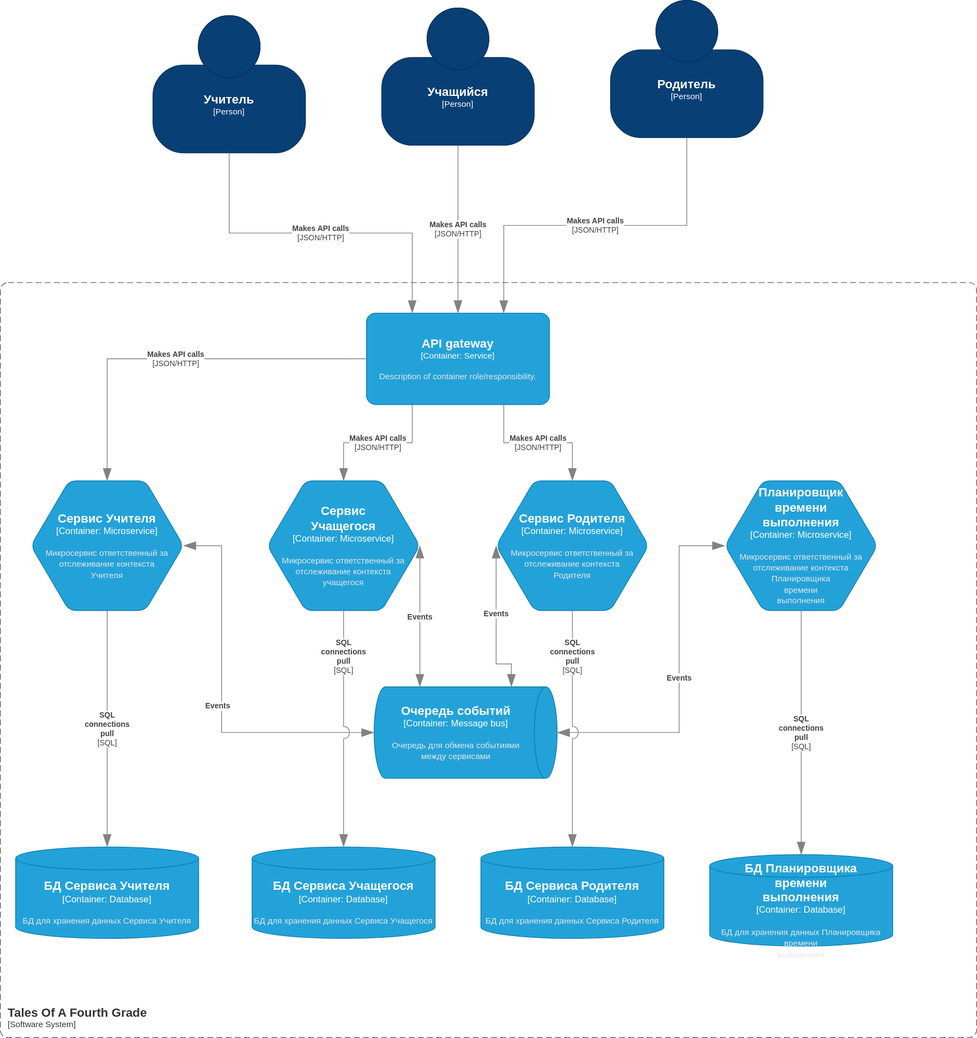
Before: homework_3/diagrams/containers.svg, a diagram exported from draw.io (ralex29/otus_software_architect_2022_09). Source tidied: cells renumbered, new cells last; positions are measured from the earlier drawing's top-left corner, leaving out a move shared by most shapes.
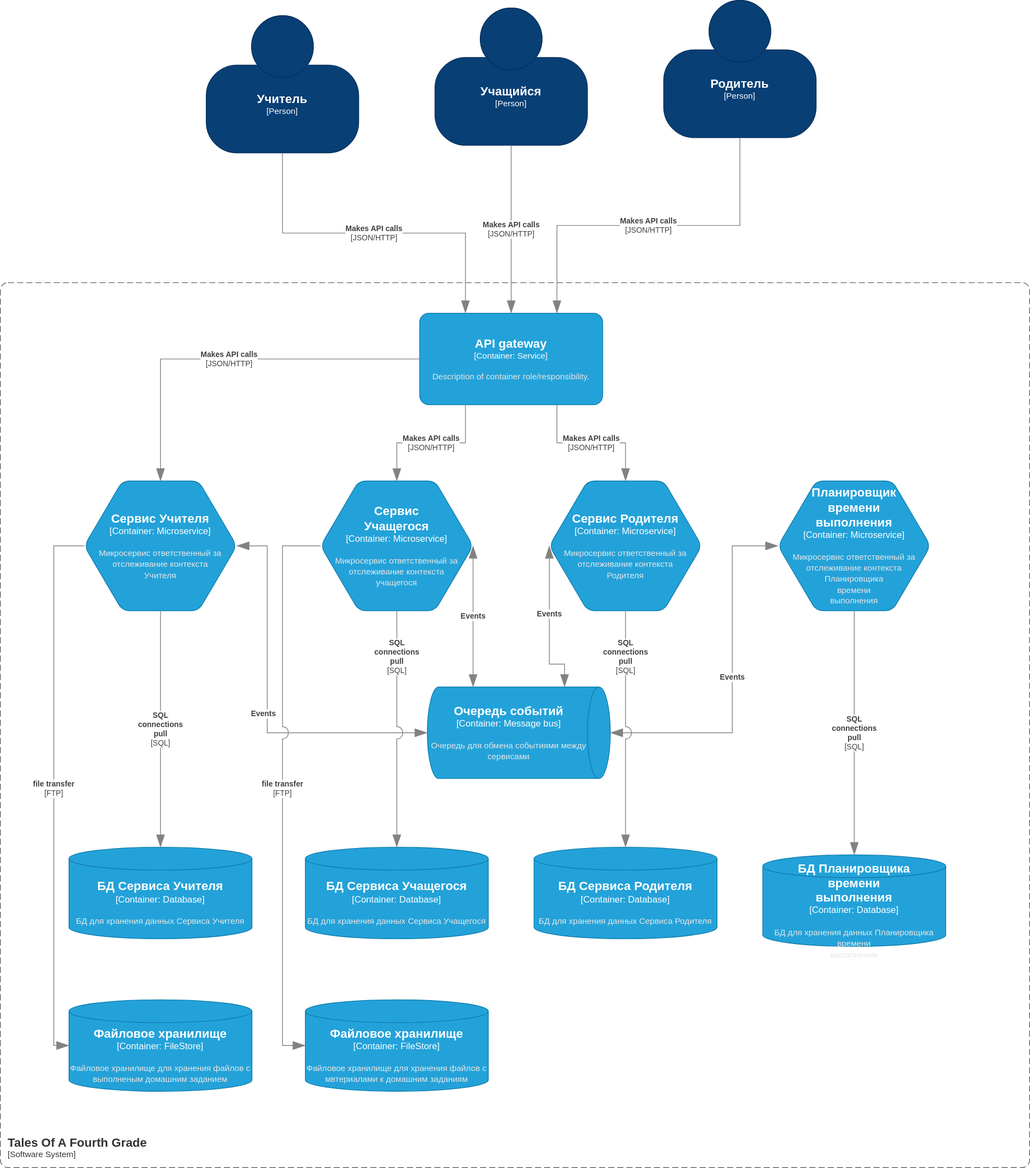
Later version of the same file.

Change to the diagram source:
```diff
@@ -4,7 +4,7 @@
     <mxCell id="1" parent="0" />
     <object id="2" label="&lt;font style=&quot;font-size: 16px&quot;&gt;&lt;b&gt;&lt;div style=&quot;text-align: left&quot;&gt;%c4Name%&lt;/div&gt;&lt;/b&gt;&lt;/font&gt;&lt;div style=&quot;text-align: left&quot;&gt;[%c4Application%]&lt;/div&gt;" c4Application="Software System" c4Name="Tales Of A Fourth Grade" c4Type="SystemScopeBoundary" placeholders="1">
       <mxCell style="rounded=1;fontSize=11;whiteSpace=wrap;html=1;dashed=1;arcSize=20;fillColor=none;strokeColor=#666666;fontColor=#333333;labelBackgroundColor=none;align=left;verticalAlign=bottom;labelBorderColor=none;spacingTop=0;spacing=10;dashPattern=8 4;perimeter=rectanglePerimeter;noLabel=0;labelPadding=0;absoluteArcSize=1;" parent="1" vertex="1">
-        <mxGeometry y="370" width="1280" height="990" as="geometry" />
+        <mxGeometry x="-70" y="370" width="1350" height="1160" as="geometry" />
       </mxCell>
     </object>
     <object id="3" label="&lt;font style=&quot;font-size: 16px&quot;&gt;&lt;b&gt;%c4Type%&lt;/b&gt;&lt;/font&gt;&lt;div&gt;[%c4Container%:&amp;nbsp;%c4Technology%]&lt;/div&gt;&lt;br&gt;&lt;div&gt;&lt;font style=&quot;font-size: 11px&quot;&gt;&lt;font color=&quot;#E6E6E6&quot;&gt;%c4Description%&lt;/font&gt;&lt;/div&gt;" c4Container="Container" c4Description="Микросервис ответственный за &#10;отслеживание контекста &#10;Учителя" c4Technology="Microservice" c4Type="Сервис Учителя" placeholders="1">
@@ -86,8 +86,8 @@
       <mxCell style="endArrow=blockThin;html=1;fontSize=10;fontColor=#404040;strokeWidth=1;endFill=1;strokeColor=#828282;elbow=vertical;endSize=14;startSize=14;jumpStyle=arc;jumpSize=16;rounded=0;edgeStyle=orthogonalEdgeStyle;entryX=0.5;entryY=1;entryDx=0;entryDy=0;entryPerimeter=0;startArrow=blockThin;startFill=1;" parent="1" edge="1" source="3" target="7">
         <mxGeometry x="0.05" y="-5" relative="1" as="geometry">
           <Array as="points">
-            <mxPoint x="290" y="715" />
-            <mxPoint x="290" y="960" />
+            <mxPoint x="280" y="715" />
+            <mxPoint x="280" y="960" />
           </Array>
         </mxGeometry>
       </mxCell>
@@ -166,5 +166,35 @@
         <mxGeometry relative="1" as="geometry" />
       </mxCell>
     </object>
+    <object id="30" label="&lt;font style=&quot;font-size: 16px&quot;&gt;&lt;b&gt;%c4Type%&lt;/b&gt;&lt;/font&gt;&lt;div&gt;[%c4Container%:&amp;nbsp;%c4Technology%]&lt;/div&gt;&lt;br&gt;&lt;div&gt;&lt;font style=&quot;font-size: 11px&quot;&gt;&lt;font color=&quot;#E6E6E6&quot;&gt;%c4Description%&lt;/font&gt;&lt;/div&gt;" c4Container="Container" c4Description="Файловое хранилище для хранения файлов с мвтериалами к домашним заданиям" c4Technology="FileStore" c4Type="Файловое хранилище" placeholders="1">
+      <mxCell style="shape=cylinder3;size=15;whiteSpace=wrap;html=1;boundedLbl=1;rounded=0;labelBackgroundColor=none;fillColor=#23A2D9;fontSize=12;fontColor=#ffffff;align=center;strokeColor=#0E7DAD;points=[[0.5,0,0],[1,0.25,0],[1,0.5,0],[1,0.75,0],[0.5,1,0],[0,0.75,0],[0,0.5,0],[0,0.25,0]];" parent="1" vertex="1">
+        <mxGeometry x="330" y="1310" width="240" height="120" as="geometry" />
+      </mxCell>
+    </object>
+    <object id="31" label="&lt;font style=&quot;font-size: 16px&quot;&gt;&lt;b&gt;%c4Type%&lt;/b&gt;&lt;/font&gt;&lt;div&gt;[%c4Container%:&amp;nbsp;%c4Technology%]&lt;/div&gt;&lt;br&gt;&lt;div&gt;&lt;font style=&quot;font-size: 11px&quot;&gt;&lt;font color=&quot;#E6E6E6&quot;&gt;%c4Description%&lt;/font&gt;&lt;/div&gt;" c4Container="Container" c4Description="Файловое хранилище для хранения файлов с выполненым домашним заданием" c4Technology="FileStore" c4Type="Файловое хранилище" placeholders="1">
+      <mxCell style="shape=cylinder3;size=15;whiteSpace=wrap;html=1;boundedLbl=1;rounded=0;labelBackgroundColor=none;fillColor=#23A2D9;fontSize=12;fontColor=#ffffff;align=center;strokeColor=#0E7DAD;points=[[0.5,0,0],[1,0.25,0],[1,0.5,0],[1,0.75,0],[0.5,1,0],[0,0.75,0],[0,0.5,0],[0,0.25,0]];" parent="1" vertex="1">
+        <mxGeometry x="20" y="1310" width="240" height="120" as="geometry" />
+      </mxCell>
+    </object>
+    <object id="32" label="&lt;div style=&quot;text-align: left&quot;&gt;&lt;div style=&quot;text-align: center&quot;&gt;&lt;b&gt;%c4Description%&lt;/b&gt;&lt;/div&gt;&lt;div style=&quot;text-align: center&quot;&gt;[%c4Technology%]&lt;/div&gt;&lt;/div&gt;" c4Description="file transfer" c4Technology="FTP" c4Type="Relationship" placeholders="1">
+      <mxCell style="endArrow=blockThin;html=1;fontSize=10;fontColor=#404040;strokeWidth=1;endFill=1;strokeColor=#828282;elbow=vertical;endSize=14;startSize=14;jumpStyle=arc;jumpSize=16;rounded=0;edgeStyle=orthogonalEdgeStyle;exitX=0;exitY=0.5;exitDx=0;exitDy=0;exitPerimeter=0;entryX=0;entryY=0.5;entryDx=0;entryDy=0;entryPerimeter=0;" parent="1" edge="1" source="3" target="31">
+        <mxGeometry relative="1" as="geometry">
+          <Array as="points">
+            <mxPoint y="715" />
+            <mxPoint y="1370" />
+          </Array>
+        </mxGeometry>
+      </mxCell>
+    </object>
+    <object id="33" label="&lt;div style=&quot;text-align: left&quot;&gt;&lt;div style=&quot;text-align: center&quot;&gt;&lt;b&gt;%c4Description%&lt;/b&gt;&lt;/div&gt;&lt;div style=&quot;text-align: center&quot;&gt;[%c4Technology%]&lt;/div&gt;&lt;/div&gt;" c4Description="file transfer" c4Technology="FTP" c4Type="Relationship" placeholders="1">
+      <mxCell style="endArrow=blockThin;html=1;fontSize=10;fontColor=#404040;strokeWidth=1;endFill=1;strokeColor=#828282;elbow=vertical;endSize=14;startSize=14;jumpStyle=arc;jumpSize=16;rounded=0;edgeStyle=orthogonalEdgeStyle;exitX=0;exitY=0.5;exitDx=0;exitDy=0;exitPerimeter=0;entryX=0;entryY=0.5;entryDx=0;entryDy=0;entryPerimeter=0;" parent="1" edge="1" source="4" target="30">
+        <mxGeometry relative="1" as="geometry">
+          <Array as="points">
+            <mxPoint x="300" y="715" />
+            <mxPoint x="300" y="1370" />
+          </Array>
+        </mxGeometry>
+      </mxCell>
+    </object>
   </root>
 </mxGraphModel>
```
